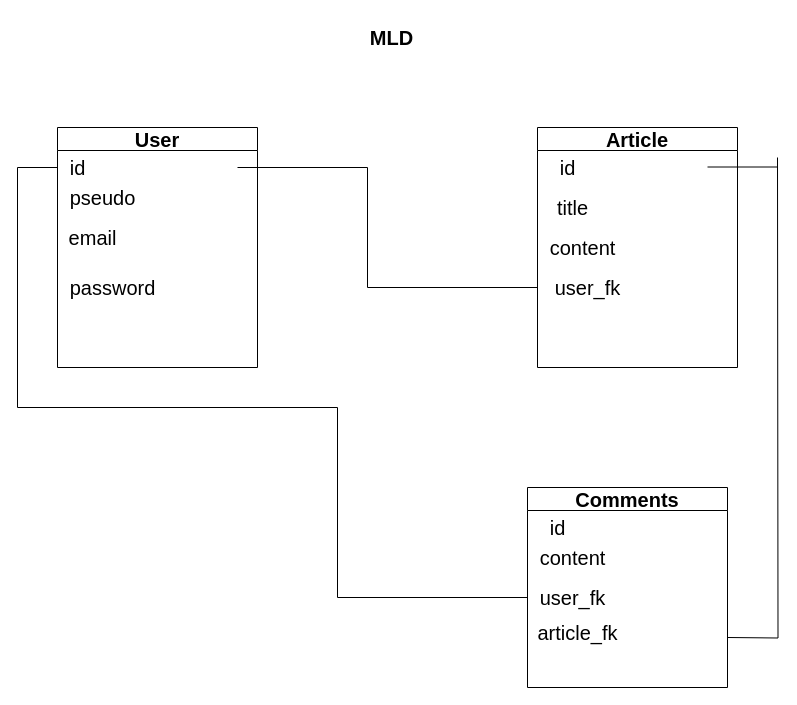
Before: _doc/MLD/MLD.drawio in Angelique59212/projet_blog_eval2, a draw.io diagram. Source tidied: cells renumbered, new cells numbered last; positions are measured from the earlier drawing's top-left corner, leaving out a move shared by most shapes. Both pictures are drawn from the tidied source at 100%, with x=0, y=0 at pixel (17, 17).
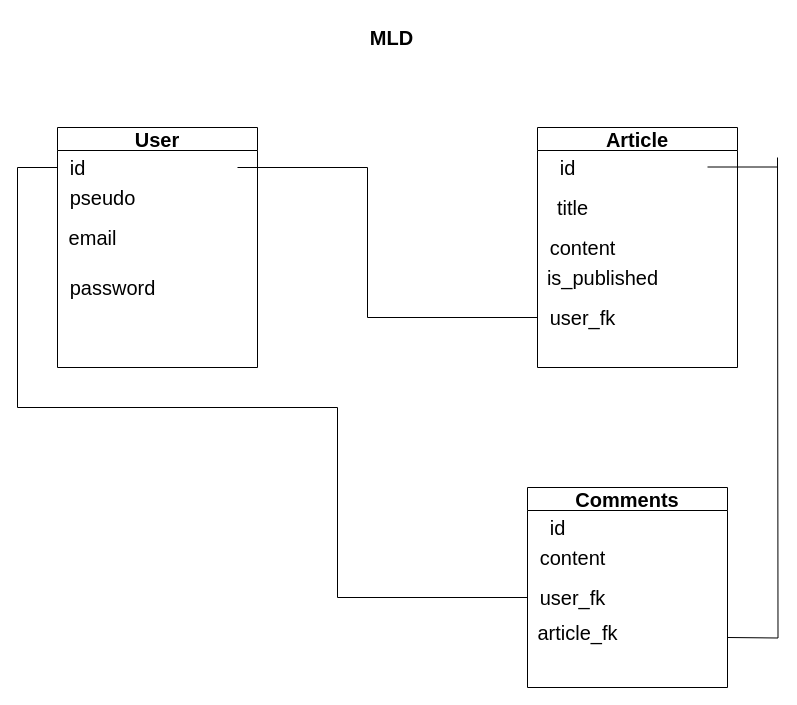
After the change.

The change refers to these unchanged cells:
```xml
<mxCell id="16" value="Article" style="swimlane;whiteSpace=wrap;html=1;fontSize=20;" parent="1" vertex="1">
  <mxGeometry x="520" y="110" width="200" height="240" as="geometry" />
</mxCell>
```

What changed in the source:
```diff
@@
     <mxCell id="15" style="edgeStyle=orthogonalEdgeStyle;rounded=0;jettySize=auto;html=1;fontSize=20;endArrow=none;endFill=0;" parent="1" edge="1" source="16">
       <mxGeometry relative="1" as="geometry">
         <mxPoint x="220" y="150" as="targetPoint" />
         <Array as="points">
-          <mxPoint x="350" y="270" />
+          <mxPoint x="350" y="300" />
           <mxPoint x="350" y="150" />
         </Array>
       </mxGeometry>
     </mxCell>
@@
     <mxCell id="19" value="user_fk" style="text;html=1;align=center;verticalAlign=middle;strokeColor=none;fillColor=none;fontSize=20;" parent="16" vertex="1">
-      <mxGeometry x="5" y="140" width="90" height="40" as="geometry" />
+      <mxGeometry y="170" width="90" height="40" as="geometry" />
     </mxCell>
@@
+    <mxCell id="23" value="&lt;font style=&quot;font-size: 20px;&quot;&gt;is_published&lt;/font&gt;" style="text;html=1;align=center;verticalAlign=middle;strokeColor=none;fillColor=none;" parent="16" vertex="1">
+      <mxGeometry y="130" width="130" height="40" as="geometry" />
+    </mxCell>
```
